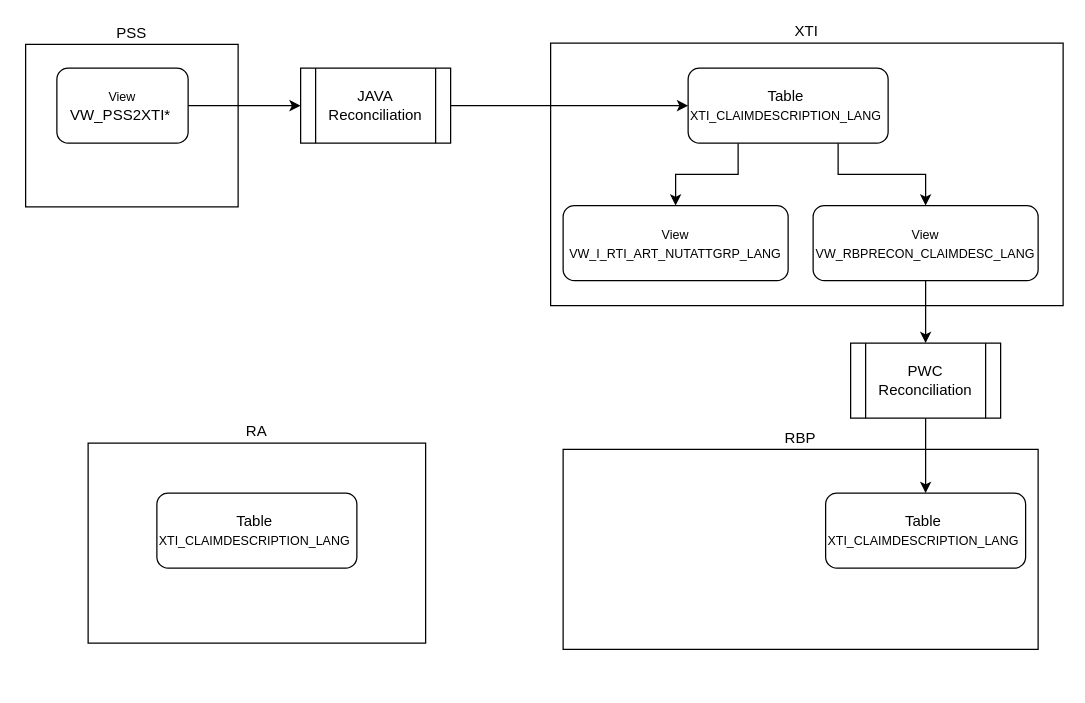
This is Untitled Diagram.drawio from kingshukdutta84/learnbay_datascience_12augusts, a draw.io file, before an edit. Source tidied: cells renumbered, new cells numbered last; positions are measured from the earlier drawing's top-left corner, leaving out a move shared by most shapes. Both pictures are drawn from the tidied source at 125%, with x=0, y=0 at pixel (25, 42).
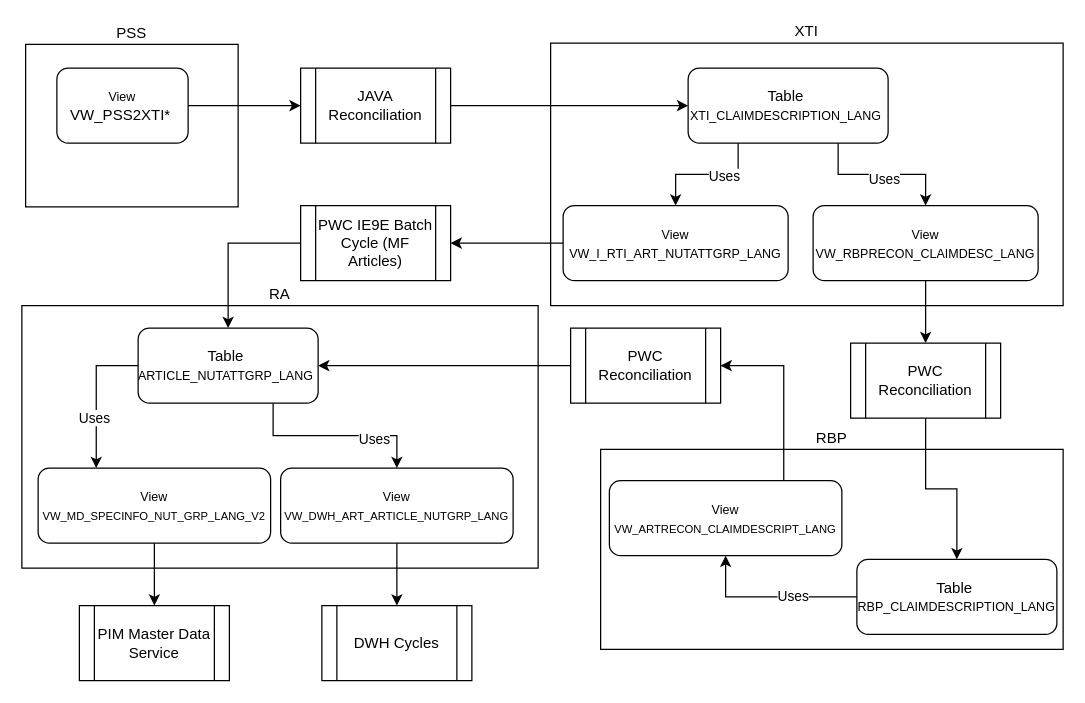
Above is the later version.

Unchanged cells that the change refers to:
```xml
<mxCell id="8" style="edgeStyle=orthogonalEdgeStyle;rounded=0;jettySize=auto;html=1;exitX=0.75;exitY=1;exitDx=0;exitDy=0;" parent="1" edge="1" source="10" target="12">
  <mxGeometry relative="1" as="geometry" />
</mxCell>
<mxCell id="9" style="edgeStyle=orthogonalEdgeStyle;rounded=0;jettySize=auto;html=1;exitX=0.25;exitY=1;exitDx=0;exitDy=0;entryX=0.5;entryY=0;entryDx=0;entryDy=0;" parent="1" edge="1" source="10" target="13">
  <mxGeometry relative="1" as="geometry" />
</mxCell>
<mxCell id="13" value="&lt;span style=&quot;font-family: &amp;quot;Aptos Narrow&amp;quot;, sans-serif;&quot;&gt;&lt;font style=&quot;font-size: 10px;&quot;&gt;View&lt;/font&gt;&lt;/span&gt;&lt;div&gt;&lt;span style=&quot;font-family: &amp;quot;Aptos Narrow&amp;quot;, sans-serif;&quot;&gt;&lt;font style=&quot;font-size: 10px;&quot;&gt;VW_I_RTI_ART_NUTATTGRP_LANG&lt;/font&gt;&lt;/span&gt;&lt;/div&gt;" style="rounded=1;whiteSpace=wrap;html=1;" parent="1" vertex="1">
  <mxGeometry x="430" y="130" width="180" height="60" as="geometry" />
</mxCell>
```

The edit, as a diff of the source:
```diff
@@
     <mxCell id="4" value="RBP" style="rounded=0;whiteSpace=wrap;html=1;labelPosition=center;verticalLabelPosition=top;align=center;verticalAlign=bottom;" parent="1" vertex="1">
-      <mxGeometry x="430" y="325" width="380" height="160" as="geometry" />
+      <mxGeometry x="460" y="325" width="370" height="160" as="geometry" />
     </mxCell>
     <mxCell id="5" value="RA" style="rounded=0;whiteSpace=wrap;html=1;labelPosition=center;verticalLabelPosition=top;align=center;verticalAlign=bottom;" parent="1" vertex="1">
-      <mxGeometry x="50" y="320" width="270" height="160" as="geometry" />
+      <mxGeometry x="-3" y="210" width="413" height="210" as="geometry" />
     </mxCell>
@@
+    <mxCell id="20" value="Uses" style="edgeLabel;html=1;align=center;verticalAlign=middle;" parent="8" vertex="1">
+      <mxGeometry x="0.01" y="-3" relative="1" as="geometry" />
+    </mxCell>
@@
+    <mxCell id="21" value="Uses" style="edgeLabel;html=1;align=center;verticalAlign=middle;" parent="9" vertex="1">
+      <mxGeometry x="-0.27" y="1" relative="1" as="geometry" />
+    </mxCell>
@@
+    <mxCell id="22" style="edgeStyle=orthogonalEdgeStyle;rounded=0;jettySize=auto;html=1;exitX=0;exitY=0.5;exitDx=0;exitDy=0;" parent="1" edge="1" source="13" target="30">
+      <mxGeometry relative="1" as="geometry" />
+    </mxCell>
@@
+    <mxCell id="23" style="edgeStyle=orthogonalEdgeStyle;rounded=0;jettySize=auto;html=1;exitX=0;exitY=0.5;exitDx=0;exitDy=0;entryX=0.5;entryY=1;entryDx=0;entryDy=0;" parent="1" edge="1" source="16" target="32">
+      <mxGeometry relative="1" as="geometry" />
+    </mxCell>
+    <mxCell id="24" value="Uses" style="edgeLabel;html=1;align=center;verticalAlign=middle;" parent="23" vertex="1">
+      <mxGeometry x="-0.24" y="-1" relative="1" as="geometry" />
+    </mxCell>
-    <mxCell id="16" value="&lt;font style=&quot;font-size: 10px;&quot;&gt;&lt;span style=&quot;font-size: 12px;&quot;&gt;Table&amp;nbsp;&lt;/span&gt;&lt;/font&gt;&lt;div&gt;&lt;font style=&quot;font-size: 10px;&quot;&gt;XTI_CLAIMDESCRIPTION_LANG&lt;/font&gt;&amp;nbsp;&lt;/div&gt;" style="rounded=1;whiteSpace=wrap;html=1;" parent="1" vertex="1">
-      <mxGeometry x="640" y="360" width="160" height="60" as="geometry" />
+    <mxCell id="16" value="&lt;font style=&quot;font-size: 10px;&quot;&gt;&lt;span style=&quot;font-size: 12px;&quot;&gt;Table&amp;nbsp;&lt;/span&gt;&lt;/font&gt;&lt;div&gt;&lt;span style=&quot;font-family: &amp;quot;Aptos Narrow&amp;quot;, sans-serif;&quot;&gt;&lt;font style=&quot;font-size: 10px;&quot;&gt;RBP_CLAIMDESCRIPTION_LANG&lt;/font&gt;&lt;/span&gt;&lt;/div&gt;" style="rounded=1;whiteSpace=wrap;html=1;" parent="1" vertex="1">
+      <mxGeometry x="665" y="413" width="160" height="60" as="geometry" />
     </mxCell>
@@
+    <mxCell id="25" style="edgeStyle=orthogonalEdgeStyle;rounded=0;jettySize=auto;html=1;exitX=0;exitY=0.5;exitDx=0;exitDy=0;entryX=0.25;entryY=0;entryDx=0;entryDy=0;" parent="1" edge="1" source="19" target="36">
+      <mxGeometry relative="1" as="geometry" />
+    </mxCell>
+    <mxCell id="26" value="Uses" style="edgeLabel;html=1;align=center;verticalAlign=middle;" parent="25" vertex="1">
+      <mxGeometry x="0.3" y="-2" relative="1" as="geometry" />
+    </mxCell>
+    <mxCell id="27" style="edgeStyle=orthogonalEdgeStyle;rounded=0;jettySize=auto;html=1;exitX=0.75;exitY=1;exitDx=0;exitDy=0;" parent="1" edge="1" source="19" target="38">
+      <mxGeometry relative="1" as="geometry" />
+    </mxCell>
+    <mxCell id="28" value="Uses" style="edgeLabel;html=1;align=center;verticalAlign=middle;" parent="27" vertex="1">
+      <mxGeometry x="0.41" y="-2" relative="1" as="geometry" />
+    </mxCell>
-    <mxCell id="19" value="&lt;font style=&quot;font-size: 10px;&quot;&gt;&lt;span style=&quot;font-size: 12px;&quot;&gt;Table&amp;nbsp;&lt;/span&gt;&lt;/font&gt;&lt;div&gt;&lt;font style=&quot;font-size: 10px;&quot;&gt;XTI_CLAIMDESCRIPTION_LANG&lt;/font&gt;&amp;nbsp;&lt;/div&gt;" style="rounded=1;whiteSpace=wrap;html=1;" parent="1" vertex="1">
-      <mxGeometry x="105" y="360" width="160" height="60" as="geometry" />
+    <mxCell id="19" value="&lt;font style=&quot;font-size: 10px;&quot;&gt;&lt;span style=&quot;font-size: 12px;&quot;&gt;Table&amp;nbsp;&lt;br&gt;&lt;/span&gt;&lt;/font&gt;&lt;div&gt;&lt;span style=&quot;font-family: &amp;quot;Aptos Narrow&amp;quot;, sans-serif; background-color: initial;&quot;&gt;&lt;font style=&quot;font-size: 10px;&quot;&gt;ARTICLE_NUTATTGRP_LANG&lt;/font&gt;&lt;/span&gt;&amp;nbsp;&lt;/div&gt;" style="rounded=1;whiteSpace=wrap;html=1;" parent="1" vertex="1">
+      <mxGeometry x="90" y="228" width="144" height="60" as="geometry" />
     </mxCell>
+    <mxCell id="29" style="edgeStyle=orthogonalEdgeStyle;rounded=0;jettySize=auto;html=1;exitX=0;exitY=0.5;exitDx=0;exitDy=0;entryX=0.5;entryY=0;entryDx=0;entryDy=0;" parent="1" edge="1" source="30" target="19">
+      <mxGeometry relative="1" as="geometry" />
+    </mxCell>
+    <mxCell id="30" value="PWC IE9E Batch Cycle (MF Articles)" style="shape=process;whiteSpace=wrap;html=1;backgroundOutline=1;" parent="1" vertex="1">
+      <mxGeometry x="220" y="130" width="120" height="60" as="geometry" />
+    </mxCell>
+    <mxCell id="31" style="edgeStyle=orthogonalEdgeStyle;rounded=0;jettySize=auto;html=1;exitX=0.75;exitY=0;exitDx=0;exitDy=0;entryX=1;entryY=0.5;entryDx=0;entryDy=0;" parent="1" edge="1" source="32" target="34">
+      <mxGeometry relative="1" as="geometry" />
+    </mxCell>
+    <mxCell id="32" value="&lt;span style=&quot;font-family: &amp;quot;Aptos Narrow&amp;quot;, sans-serif;&quot;&gt;&lt;font style=&quot;font-size: 10px;&quot;&gt;View&lt;/font&gt;&lt;/span&gt;&lt;div&gt;&lt;span style=&quot;font-family: &amp;quot;Aptos Narrow&amp;quot;, sans-serif;&quot;&gt;&lt;font style=&quot;font-size: 9px;&quot;&gt;VW_ARTRECON_CLAIMDESCRIPT_LANG&lt;/font&gt;&lt;/span&gt;&lt;/div&gt;" style="rounded=1;whiteSpace=wrap;html=1;" parent="1" vertex="1">
+      <mxGeometry x="467" y="350" width="186" height="60" as="geometry" />
+    </mxCell>
+    <mxCell id="33" style="edgeStyle=orthogonalEdgeStyle;rounded=0;jettySize=auto;html=1;exitX=0;exitY=0.5;exitDx=0;exitDy=0;entryX=1;entryY=0.5;entryDx=0;entryDy=0;" parent="1" edge="1" source="34" target="19">
+      <mxGeometry relative="1" as="geometry" />
+    </mxCell>
+    <mxCell id="34" value="PWC Reconciliation" style="shape=process;whiteSpace=wrap;html=1;backgroundOutline=1;" parent="1" vertex="1">
+      <mxGeometry x="436" y="228" width="120" height="60" as="geometry" />
+    </mxCell>
+    <mxCell id="35" style="edgeStyle=orthogonalEdgeStyle;rounded=0;jettySize=auto;html=1;exitX=0.5;exitY=1;exitDx=0;exitDy=0;entryX=0.5;entryY=0;entryDx=0;entryDy=0;" parent="1" edge="1" source="36" target="39">
+      <mxGeometry relative="1" as="geometry" />
+    </mxCell>
+    <mxCell id="36" value="&lt;span style=&quot;font-family: &amp;quot;Aptos Narrow&amp;quot;, sans-serif;&quot;&gt;&lt;font style=&quot;font-size: 10px;&quot;&gt;View&lt;/font&gt;&lt;/span&gt;&lt;div&gt;&lt;span style=&quot;font-family: &amp;quot;Aptos Narrow&amp;quot;, sans-serif;&quot;&gt;&lt;font style=&quot;font-size: 9px;&quot;&gt;VW_MD_SPECINFO_NUT_GRP_LANG_V2&lt;/font&gt;&lt;/span&gt;&lt;/div&gt;" style="rounded=1;whiteSpace=wrap;html=1;" parent="1" vertex="1">
+      <mxGeometry x="10" y="340" width="186" height="60" as="geometry" />
+    </mxCell>
+    <mxCell id="37" style="edgeStyle=orthogonalEdgeStyle;rounded=0;jettySize=auto;html=1;exitX=0.5;exitY=1;exitDx=0;exitDy=0;entryX=0.5;entryY=0;entryDx=0;entryDy=0;" parent="1" edge="1" source="38" target="40">
+      <mxGeometry relative="1" as="geometry" />
+    </mxCell>
+    <mxCell id="38" value="&lt;span style=&quot;font-family: &amp;quot;Aptos Narrow&amp;quot;, sans-serif;&quot;&gt;&lt;font style=&quot;font-size: 10px;&quot;&gt;View&lt;/font&gt;&lt;/span&gt;&lt;div&gt;&lt;span style=&quot;font-family: &amp;quot;Aptos Narrow&amp;quot;, sans-serif;&quot;&gt;&lt;font style=&quot;font-size: 9px;&quot;&gt;VW_DWH_ART_ARTICLE_NUTGRP_LANG&lt;/font&gt;&lt;/span&gt;&lt;/div&gt;" style="rounded=1;whiteSpace=wrap;html=1;" parent="1" vertex="1">
+      <mxGeometry x="204" y="340" width="186" height="60" as="geometry" />
+    </mxCell>
+    <mxCell id="39" value="PIM Master Data Service" style="shape=process;whiteSpace=wrap;html=1;backgroundOutline=1;" parent="1" vertex="1">
+      <mxGeometry x="43" y="450" width="120" height="60" as="geometry" />
+    </mxCell>
+    <mxCell id="40" value="DWH Cycles" style="shape=process;whiteSpace=wrap;html=1;backgroundOutline=1;" parent="1" vertex="1">
+      <mxGeometry x="237" y="450" width="120" height="60" as="geometry" />
+    </mxCell>
```
